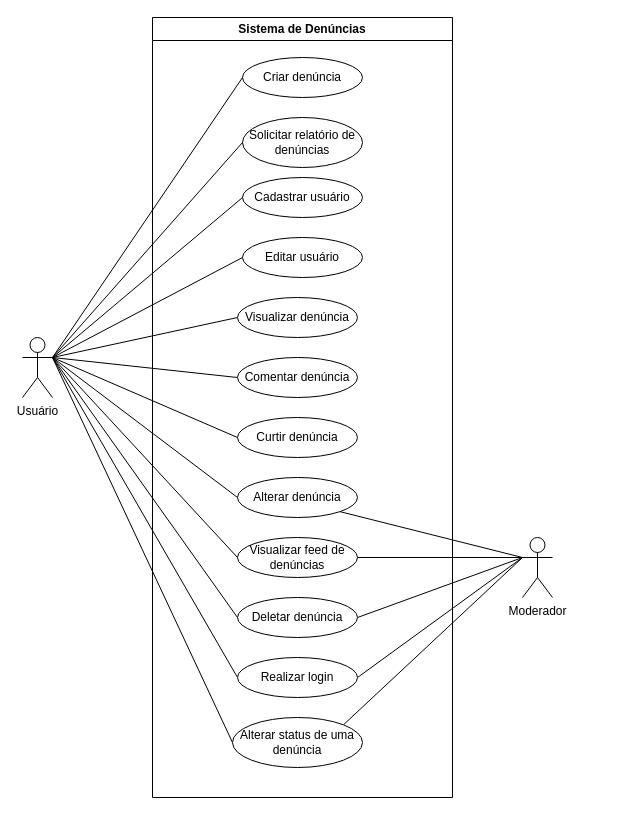
Above: Documentação/Diagramas/Diagrama de Caso de Uso.drawio in frsouzaa/Documentacao-TCC-NossaVia (draw.io), before the change. Source tidied: cells renumbered, new cells numbered last; positions are measured from the earlier drawing's top-left corner, leaving out a move shared by most shapes. Both pictures are drawn from the tidied source at 100%, with x=0, y=0 at pixel (22, 17).
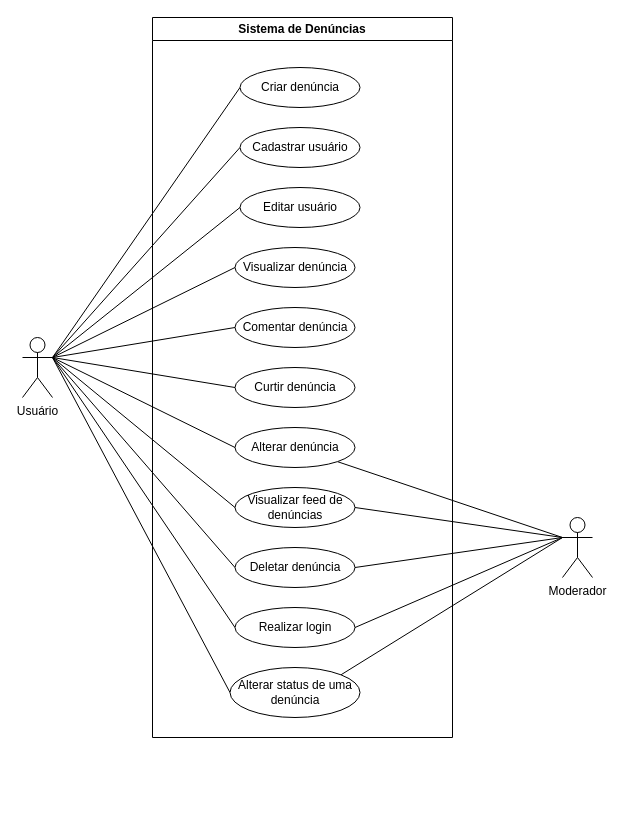
The same page after the edit.

Commit message (it also covers changes not shown here):
atualiza diagrama de caso de uso

The change refers to these unchanged cells:
```xml
<mxCell id="3" value="Usuário" style="shape=umlActor;verticalLabelPosition=bottom;verticalAlign=top;html=1;outlineConnect=0;" parent="1" vertex="1">
  <mxGeometry y="320" width="30" height="60" as="geometry" />
</mxCell>
```

Change to the diagram source:
```diff
@@
     <mxCell id="2" value="Moderador" style="shape=umlActor;verticalLabelPosition=bottom;verticalAlign=top;html=1;outlineConnect=0;" parent="1" vertex="1">
-      <mxGeometry x="500" y="520" width="30" height="60" as="geometry" />
+      <mxGeometry x="540" y="500" width="30" height="60" as="geometry" />
     </mxCell>
@@
-    <mxCell id="4" value="Criar denúncia" style="ellipse;whiteSpace=wrap;html=1;align=center;" parent="1" vertex="1">
-      <mxGeometry x="220" y="40" width="120" height="40" as="geometry" />
-    </mxCell>
-    <mxCell id="5" value="Cadastrar usuário" style="ellipse;whiteSpace=wrap;html=1;align=center;" parent="1" vertex="1">
-      <mxGeometry x="220" y="160" width="120" height="40" as="geometry" />
-    </mxCell>
-    <mxCell id="6" value="Solicitar relatório de denúncias" style="ellipse;whiteSpace=wrap;html=1;align=center;" parent="1" vertex="1">
-      <mxGeometry x="220" y="100" width="120" height="50" as="geometry" />
-    </mxCell>
@@
-    <mxCell id="14" style="endArrow=none;html=1;rounded=0;entryX=0;entryY=0.5;entryDx=0;entryDy=0;exitX=1;exitY=0.3333333333333333;exitDx=0;exitDy=0;exitPerimeter=0;" parent="1" edge="1" source="3" target="6">
-      <mxGeometry relative="1" as="geometry" />
-    </mxCell>
@@
     <mxCell id="23" value="Sistema de Denúncias" style="swimlane;whiteSpace=wrap;html=1;" parent="1" vertex="1">
-      <mxGeometry x="130" width="300" height="780" as="geometry" />
+      <mxGeometry x="130" width="300" height="720" as="geometry" />
     </mxCell>
+    <mxCell id="32" value="Alterar status de uma denúncia" style="ellipse;whiteSpace=wrap;html=1;align=center;" parent="23" vertex="1">
+      <mxGeometry x="77.5" y="650" width="130" height="50" as="geometry" />
+    </mxCell>
+    <mxCell id="5" value="Cadastrar usuário" style="ellipse;whiteSpace=wrap;html=1;align=center;" parent="23" vertex="1">
+      <mxGeometry x="87.5" y="110" width="120" height="40" as="geometry" />
+    </mxCell>
     <mxCell id="24" value="Realizar login" style="ellipse;whiteSpace=wrap;html=1;align=center;" parent="23" vertex="1">
-      <mxGeometry x="85" y="640" width="120" height="40" as="geometry" />
+      <mxGeometry x="82.5" y="590" width="120" height="40" as="geometry" />
     </mxCell>
     <mxCell id="25" value="Visualizar feed de denúncias" style="ellipse;whiteSpace=wrap;html=1;align=center;" parent="23" vertex="1">
-      <mxGeometry x="85" y="520" width="120" height="40" as="geometry" />
+      <mxGeometry x="82.5" y="470" width="120" height="40" as="geometry" />
     </mxCell>
     <mxCell id="26" value="Deletar denúncia" style="ellipse;whiteSpace=wrap;html=1;align=center;" parent="23" vertex="1">
-      <mxGeometry x="85" y="580" width="120" height="40" as="geometry" />
+      <mxGeometry x="82.5" y="530" width="120" height="40" as="geometry" />
     </mxCell>
     <mxCell id="27" value="Alterar denúncia" style="ellipse;whiteSpace=wrap;html=1;align=center;" parent="23" vertex="1">
-      <mxGeometry x="85" y="460" width="120" height="40" as="geometry" />
+      <mxGeometry x="82.5" y="410" width="120" height="40" as="geometry" />
     </mxCell>
     <mxCell id="28" value="Visualizar denúncia" style="ellipse;whiteSpace=wrap;html=1;align=center;" parent="23" vertex="1">
-      <mxGeometry x="85" y="280" width="120" height="40" as="geometry" />
+      <mxGeometry x="82.5" y="230" width="120" height="40" as="geometry" />
     </mxCell>
     <mxCell id="29" value="Comentar denúncia" style="ellipse;whiteSpace=wrap;html=1;align=center;" parent="23" vertex="1">
-      <mxGeometry x="85" y="340" width="120" height="40" as="geometry" />
+      <mxGeometry x="82.5" y="290" width="120" height="40" as="geometry" />
     </mxCell>
     <mxCell id="30" value="Curtir denúncia" style="ellipse;whiteSpace=wrap;html=1;align=center;" parent="23" vertex="1">
-      <mxGeometry x="85" y="400" width="120" height="40" as="geometry" />
+      <mxGeometry x="82.5" y="350" width="120" height="40" as="geometry" />
     </mxCell>
@@
-    <mxCell id="32" value="Alterar status de uma denúncia" style="ellipse;whiteSpace=wrap;html=1;align=center;" parent="23" vertex="1">
-      <mxGeometry x="80" y="700" width="130" height="50" as="geometry" />
-    </mxCell>
     <mxCell id="33" value="Editar usuário" style="ellipse;whiteSpace=wrap;html=1;align=center;" parent="23" vertex="1">
-      <mxGeometry x="90" y="220" width="120" height="40" as="geometry" />
+      <mxGeometry x="87.5" y="170" width="120" height="40" as="geometry" />
     </mxCell>
+    <mxCell id="4" value="Criar denúncia" style="ellipse;whiteSpace=wrap;html=1;align=center;" parent="23" vertex="1">
+      <mxGeometry x="87.5" y="50" width="120" height="40" as="geometry" />
+    </mxCell>
```
